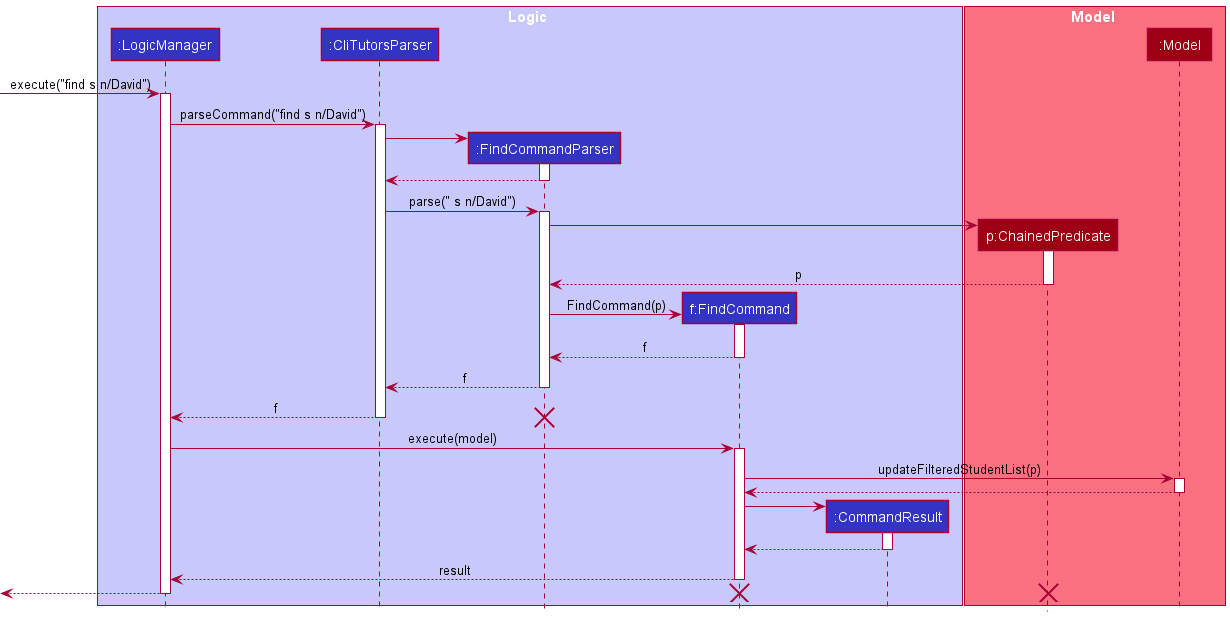
The PlantUML diagram docs/images/FindCommandSequenceDiagram.png in tenebrius1/tp, before a commit.
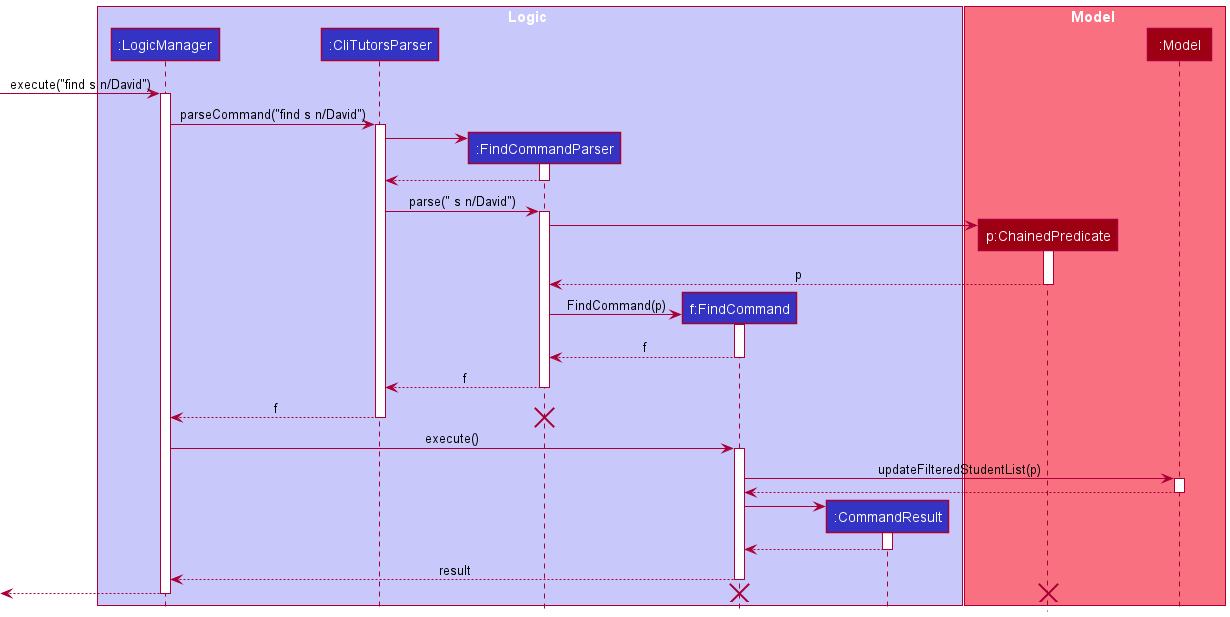
After the commit.

What changed in the source:
```diff
@@ -51,7 +51,7 @@
 deactivate CliTutorsParser
 destroy FindCommandParser
 
-LogicManager -> FindCommand : execute(model)
+LogicManager -> FindCommand : execute()
 activate FindCommand
 
 FindCommand -> Model : updateFilteredStudentList(p)
```
